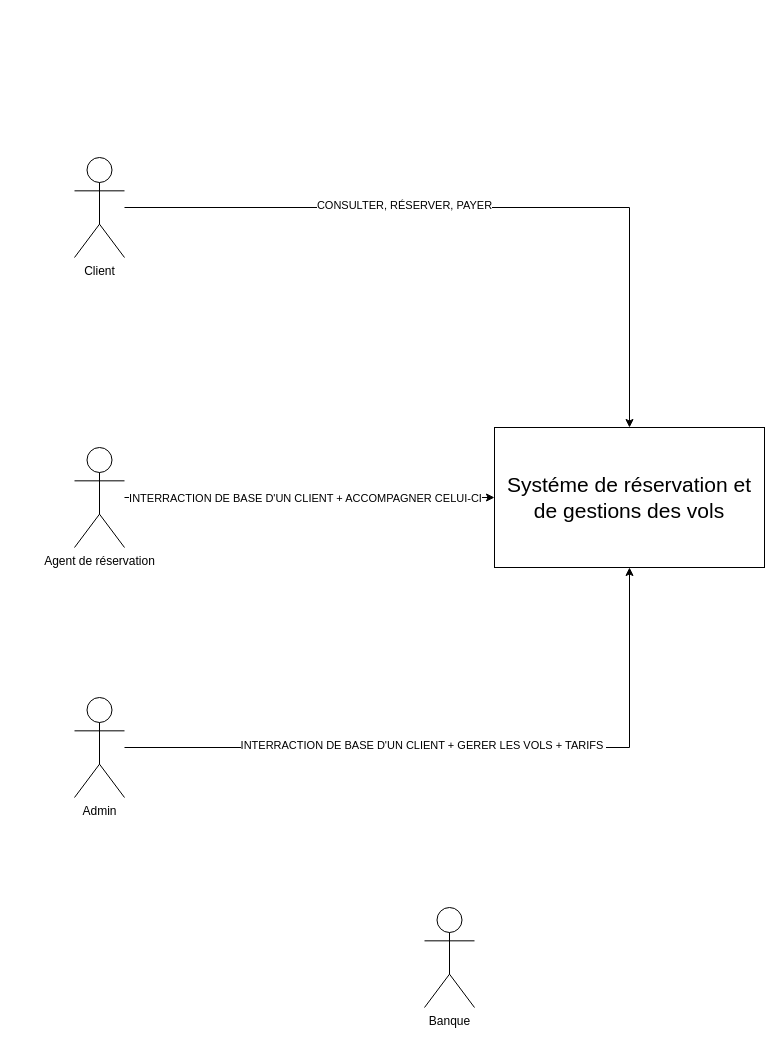
Before: Diagramme uml .drawio in MarioLeZinZin/TD_UML, a draw.io diagram. Source tidied: cells renumbered, new cells numbered last; positions are measured from the earlier drawing's top-left corner, leaving out a move shared by most shapes. Both pictures are drawn from the tidied source at 100%, with x=0, y=0 at pixel (74, 157).
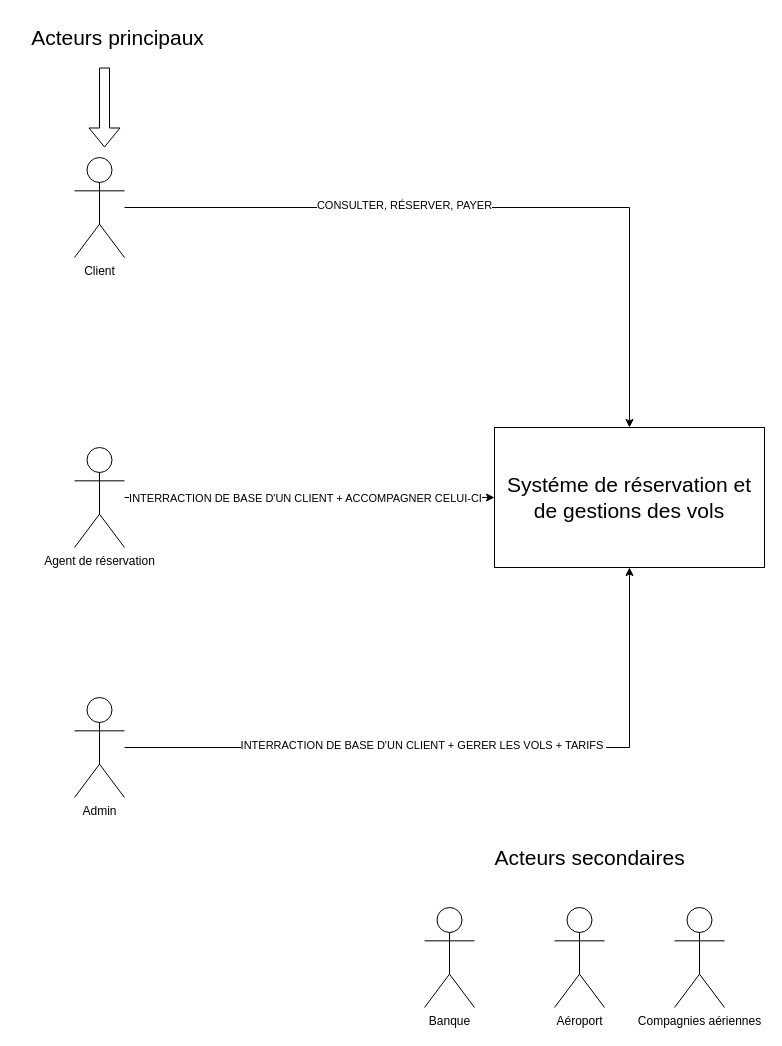
Above is the later version.

Commit message:
ajout acteurs secondaires

Diff of the diagram source:
```diff
@@
 <mxGraphModel>
   <root>
     <mxCell id="0" />
     <mxCell id="1" parent="0" />
     <mxCell id="2" style="edgeStyle=orthogonalEdgeStyle;rounded=0;jettySize=auto;html=1;" parent="1" edge="1" source="4" target="11">
       <mxGeometry relative="1" as="geometry" />
     </mxCell>
     <mxCell id="3" value="INTERRACTION DE BASE D'UN CLIENT + ACCOMPAGNER CELUI-CI" style="edgeLabel;html=1;align=center;verticalAlign=middle;" parent="2" vertex="1">
       <mxGeometry x="0.22" y="3" relative="1" as="geometry">
         <mxPoint x="-46" y="3" as="offset" />
       </mxGeometry>
     </mxCell>
     <mxCell id="4" value="Agent de réservation" style="shape=umlActor;verticalLabelPosition=bottom;verticalAlign=top;html=1;" parent="1" vertex="1">
       <mxGeometry y="290" width="50" height="100" as="geometry" />
     </mxCell>
     <mxCell id="5" style="edgeStyle=orthogonalEdgeStyle;rounded=0;jettySize=auto;html=1;" parent="1" edge="1" source="7" target="11">
       <mxGeometry relative="1" as="geometry" />
     </mxCell>
     <mxCell id="6" value="CONSULTER, RÉSERVER, PAYER" style="edgeLabel;html=1;align=center;verticalAlign=middle;" parent="5" vertex="1">
       <mxGeometry x="-0.23" y="3" relative="1" as="geometry" />
     </mxCell>
     <mxCell id="7" value="Client" style="shape=umlActor;verticalLabelPosition=bottom;verticalAlign=top;html=1;" parent="1" vertex="1">
       <mxGeometry width="50" height="100" as="geometry" />
     </mxCell>
     <mxCell id="8" style="edgeStyle=orthogonalEdgeStyle;rounded=0;jettySize=auto;html=1;entryX=0.5;entryY=1;entryDx=0;entryDy=0;" parent="1" edge="1" source="10" target="11">
       <mxGeometry relative="1" as="geometry" />
     </mxCell>
     <mxCell id="9" value="INTERRACTION DE BASE D'UN CLIENT + GERER LES VOLS + TARIFS&amp;nbsp;" style="edgeLabel;html=1;align=center;verticalAlign=middle;" parent="8" vertex="1">
       <mxGeometry x="-0.13" y="3" relative="1" as="geometry" />
     </mxCell>
     <mxCell id="10" value="Admin" style="shape=umlActor;verticalLabelPosition=bottom;verticalAlign=top;html=1;" parent="1" vertex="1">
       <mxGeometry y="540" width="50" height="100" as="geometry" />
     </mxCell>
     <mxCell id="11" value="&lt;font style=&quot;font-size: 21px;&quot;&gt;Systéme de réservation et de gestions des vols&lt;/font&gt;" style="html=1;whiteSpace=wrap;" parent="1" vertex="1">
       <mxGeometry x="420" y="270" width="270" height="140" as="geometry" />
     </mxCell>
     <mxCell id="12" value="Banque" style="shape=umlActor;verticalLabelPosition=bottom;verticalAlign=top;html=1;" parent="1" vertex="1">
       <mxGeometry x="350" y="750" width="50" height="100" as="geometry" />
     </mxCell>
+    <mxCell id="13" value="Aéroport" style="shape=umlActor;verticalLabelPosition=bottom;verticalAlign=top;html=1;" parent="1" vertex="1">
+      <mxGeometry x="480" y="750" width="50" height="100" as="geometry" />
+    </mxCell>
+    <mxCell id="14" value="Compagnies aériennes" style="shape=umlActor;verticalLabelPosition=bottom;verticalAlign=top;html=1;" parent="1" vertex="1">
+      <mxGeometry x="600" y="750" width="50" height="100" as="geometry" />
+    </mxCell>
+    <mxCell id="15" value="&lt;font style=&quot;font-size: 21px;&quot;&gt;Acteurs secondaires&lt;/font&gt;" style="text;html=1;align=center;verticalAlign=middle;strokeColor=none;fillColor=none;" parent="1" vertex="1">
+      <mxGeometry x="410" y="680" width="210" height="40" as="geometry" />
+    </mxCell>
+    <mxCell id="16" value="&lt;font style=&quot;font-size: 21px;&quot;&gt;Acteurs principaux&lt;/font&gt;" style="text;html=1;align=center;verticalAlign=middle;strokeColor=none;fillColor=none;" parent="1" vertex="1">
+      <mxGeometry x="-57" y="-140" width="200" height="40" as="geometry" />
+    </mxCell>
+    <mxCell id="17" style="shape=flexArrow;endArrow=classic;html=1;rounded=0;" parent="1" edge="1">
+      <mxGeometry relative="1" as="geometry">
+        <mxPoint x="30" y="-90" as="sourcePoint" />
+        <mxPoint x="30" y="-10" as="targetPoint" />
+      </mxGeometry>
+    </mxCell>
   </root>
 </mxGraphModel>
```
